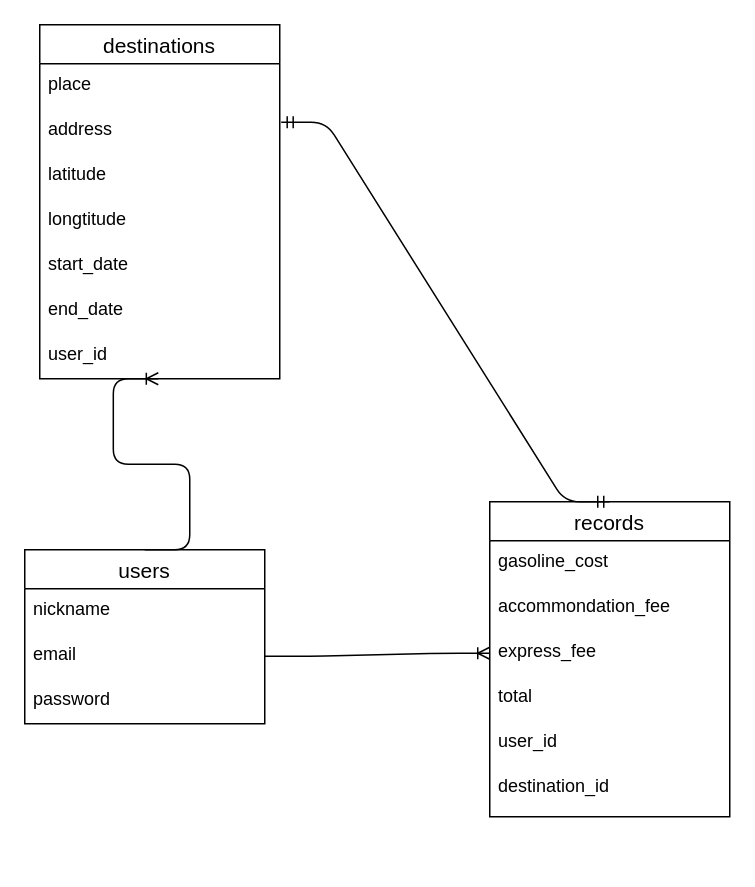
This is travel_memory.dio from sken100627/travel_memory, a draw.io file, before an edit. Source tidied: cells renumbered, new cells numbered last; positions are measured from the earlier drawing's top-left corner, leaving out a move shared by most shapes. Both pictures are drawn from the tidied source at 150%, with x=0, y=0 at pixel (24, 24).
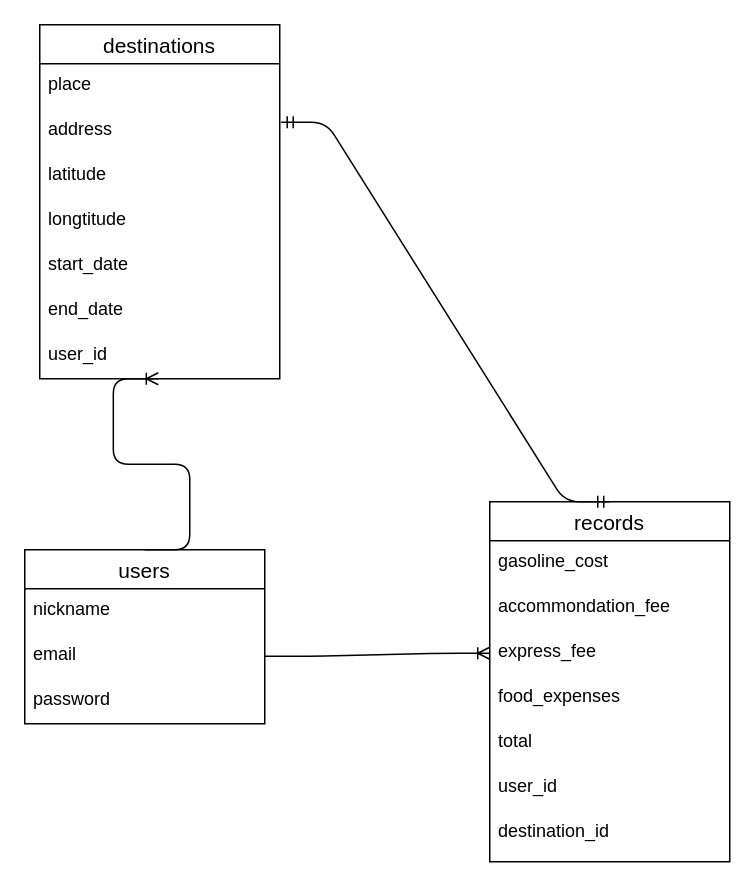
The same diagram, later.

What changed in the source:
```diff
@@
     <mxCell id="10" value="records" style="swimlane;fontStyle=0;horizontal=1;startSize=26;align=center;fontSize=14;" parent="1" vertex="1">
-      <mxGeometry x="310" y="318" width="160" height="210" as="geometry" />
+      <mxGeometry x="310" y="318" width="160" height="240" as="geometry" />
     </mxCell>
@@
+    <mxCell id="24" value="food_expenses" style="text;strokeColor=none;fillColor=none;spacingLeft=4;spacingRight=4;overflow=hidden;fontSize=12;" parent="10" vertex="1">
+      <mxGeometry y="116" width="160" height="30" as="geometry" />
+    </mxCell>
     <mxCell id="14" value="total" style="text;strokeColor=none;fillColor=none;spacingLeft=4;spacingRight=4;overflow=hidden;fontSize=12;" parent="10" vertex="1">
-      <mxGeometry y="116" width="160" height="30" as="geometry" />
+      <mxGeometry y="146" width="160" height="30" as="geometry" />
     </mxCell>
     <mxCell id="15" value="user_id" style="text;strokeColor=none;fillColor=none;spacingLeft=4;spacingRight=4;overflow=hidden;fontSize=12;" parent="10" vertex="1">
-      <mxGeometry y="146" width="160" height="30" as="geometry" />
+      <mxGeometry y="176" width="160" height="30" as="geometry" />
     </mxCell>
     <mxCell id="16" value="destination_id" style="text;strokeColor=none;fillColor=none;spacingLeft=4;spacingRight=4;overflow=hidden;fontSize=12;" parent="10" vertex="1">
-      <mxGeometry y="176" width="160" height="34" as="geometry" />
+      <mxGeometry y="206" width="160" height="34" as="geometry" />
     </mxCell>
```
